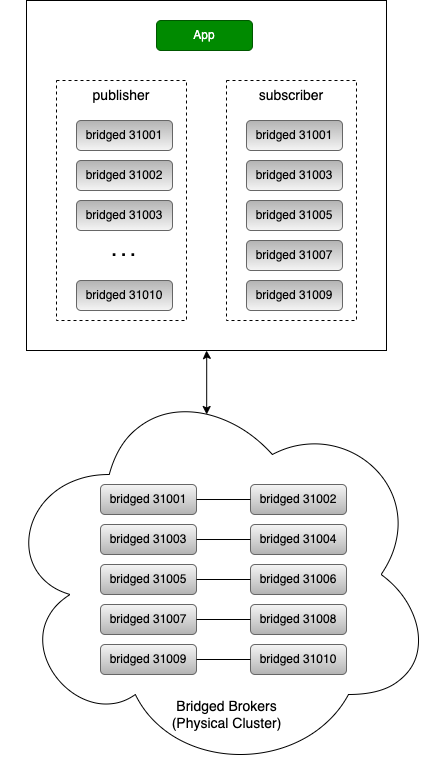
This is images/mqtt-archetype7.drawio.png from padogrid/bundle-mosquitto-tutorial-virtual-clusters, a draw.io export, as it was before one commit. Source tidied: cells renumbered, new cells last; positions are measured from the earlier drawing's top-left corner, leaving out a move shared by most shapes.
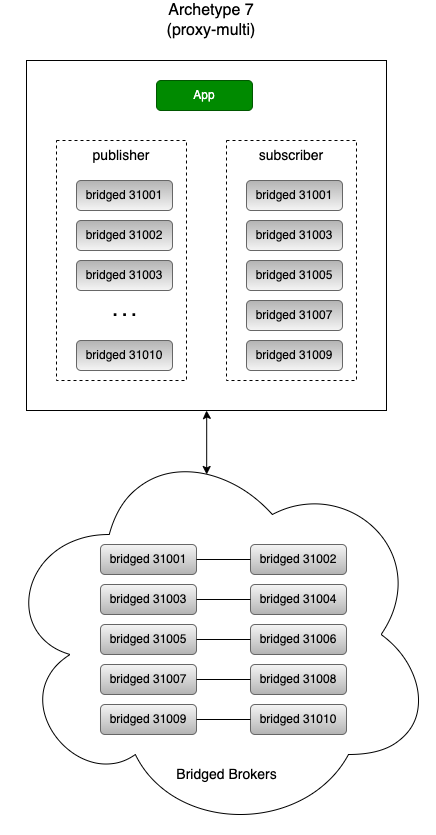
Later version of the same file.

The edit, as a diff of the source:
```diff
@@ -59,7 +59,7 @@
     <mxCell id="20" style="ellipse;shape=cloud;whiteSpace=wrap;html=1;verticalAlign=bottom;fontSize=14;" parent="19" vertex="1">
       <mxGeometry width="435" height="400" as="geometry" />
     </mxCell>
-    <mxCell id="21" value="Bridged Brokers&lt;br&gt;(Physical Cluster)" style="text;html=1;strokeColor=none;fillColor=none;align=center;verticalAlign=middle;whiteSpace=wrap;rounded=0;fontSize=14;fontColor=#000000;" parent="19" vertex="1">
+    <mxCell id="21" value="Bridged Brokers" style="text;html=1;strokeColor=none;fillColor=none;align=center;verticalAlign=middle;whiteSpace=wrap;rounded=0;fontSize=14;fontColor=#000000;" parent="19" vertex="1">
       <mxGeometry x="168.5" y="320" width="115" height="40" as="geometry" />
     </mxCell>
     <mxCell id="22" style="group;flipV=1;" parent="19" vertex="1">
@@ -122,5 +122,8 @@
     <mxCell id="41" style="edgeStyle=orthogonalEdgeStyle;rounded=0;jettySize=auto;html=1;endArrow=none;endFill=0;entryX=0;entryY=0.5;entryDx=0;entryDy=0;" parent="38" edge="1" source="39" target="40">
       <mxGeometry relative="1" as="geometry" />
     </mxCell>
+    <mxCell id="42" value="Archetype 7&lt;br&gt;(proxy-multi)" style="text;html=1;strokeColor=none;fillColor=none;align=center;verticalAlign=middle;whiteSpace=wrap;rounded=0;fontSize=16;fontColor=#000000;" parent="1" vertex="1">
+      <mxGeometry x="61" y="-60" width="300" height="40" as="geometry" />
+    </mxCell>
   </root>
 </mxGraphModel>
```
